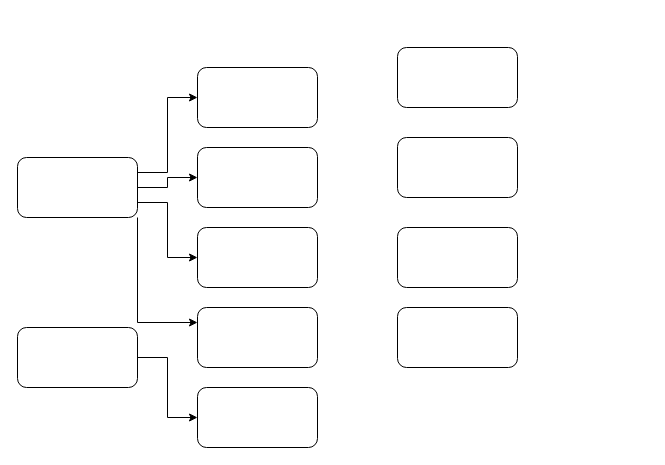
Earlier version of the draw.io diagram Appsflyer.drawio (bhavana184/drawioDiagrams). Source tidied: cells renumbered, new cells numbered last; positions are measured from the earlier drawing's top-left corner, leaving out a move shared by most shapes. Both pictures are drawn from the tidied source at 100%, with x=0, y=0 at pixel (17, 47).
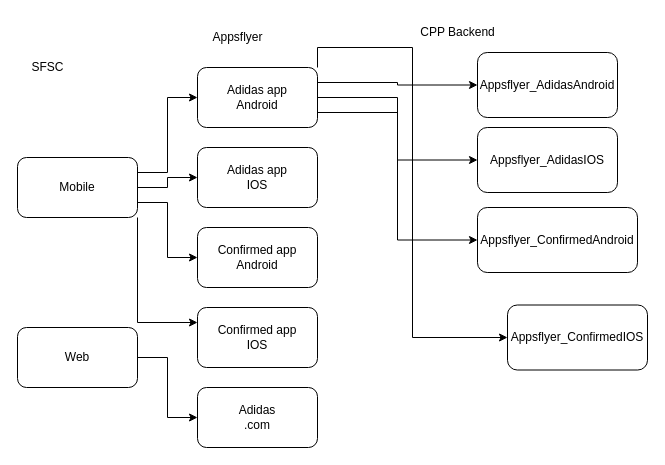
The same page after the edit.

Change to the diagram source:
```diff
@@
-    <mxCell id="6" style="rounded=1;whiteSpace=wrap;html=1;" parent="1" vertex="1">
+    <mxCell id="6" value="Mobile" style="rounded=1;whiteSpace=wrap;html=1;" parent="1" vertex="1">
       <mxGeometry y="110" width="120" height="60" as="geometry" />
     </mxCell>
@@
-    <mxCell id="8" style="rounded=1;whiteSpace=wrap;html=1;" parent="1" vertex="1">
+    <mxCell id="8" value="Web" style="rounded=1;whiteSpace=wrap;html=1;" parent="1" vertex="1">
       <mxGeometry y="280" width="120" height="60" as="geometry" />
     </mxCell>
-    <mxCell id="9" style="rounded=1;whiteSpace=wrap;html=1;" parent="1" vertex="1">
+    <mxCell id="9" value="Adidas app&lt;br&gt;IOS" style="rounded=1;whiteSpace=wrap;html=1;" parent="1" vertex="1">
       <mxGeometry x="180" y="100" width="120" height="60" as="geometry" />
     </mxCell>
+    <mxCell id="18" style="edgeStyle=orthogonalEdgeStyle;rounded=0;jettySize=auto;html=1;exitX=1;exitY=0.25;exitDx=0;exitDy=0;entryX=0;entryY=0.5;entryDx=0;entryDy=0;" parent="1" edge="1" source="10" target="17">
+      <mxGeometry relative="1" as="geometry" />
+    </mxCell>
+    <mxCell id="19" style="edgeStyle=orthogonalEdgeStyle;rounded=0;jettySize=auto;html=1;exitX=1;exitY=0.5;exitDx=0;exitDy=0;entryX=0;entryY=0.5;entryDx=0;entryDy=0;" parent="1" edge="1" source="10" target="25">
+      <mxGeometry relative="1" as="geometry" />
+    </mxCell>
+    <mxCell id="20" style="edgeStyle=orthogonalEdgeStyle;rounded=0;jettySize=auto;html=1;exitX=1;exitY=0.75;exitDx=0;exitDy=0;entryX=0;entryY=0.5;entryDx=0;entryDy=0;" parent="1" edge="1" source="10" target="26">
+      <mxGeometry relative="1" as="geometry" />
+    </mxCell>
+    <mxCell id="21" style="edgeStyle=orthogonalEdgeStyle;rounded=0;jettySize=auto;html=1;exitX=1;exitY=0;exitDx=0;exitDy=0;entryX=0;entryY=0.5;entryDx=0;entryDy=0;" parent="1" edge="1" source="10" target="27">
+      <mxGeometry relative="1" as="geometry" />
+    </mxCell>
-    <mxCell id="10" style="rounded=1;whiteSpace=wrap;html=1;" parent="1" vertex="1">
+    <mxCell id="10" value="Adidas app&lt;br&gt;Android" style="rounded=1;whiteSpace=wrap;html=1;" parent="1" vertex="1">
       <mxGeometry x="180" y="20" width="120" height="60" as="geometry" />
     </mxCell>
-    <mxCell id="11" style="rounded=1;whiteSpace=wrap;html=1;" parent="1" vertex="1">
+    <mxCell id="11" value="Confirmed app&lt;br&gt;Android" style="rounded=1;whiteSpace=wrap;html=1;" parent="1" vertex="1">
       <mxGeometry x="180" y="180" width="120" height="60" as="geometry" />
     </mxCell>
-    <mxCell id="12" style="rounded=1;whiteSpace=wrap;html=1;" parent="1" vertex="1">
+    <mxCell id="12" value="Confirmed app&lt;br&gt;IOS" style="rounded=1;whiteSpace=wrap;html=1;" parent="1" vertex="1">
       <mxGeometry x="180" y="260" width="120" height="60" as="geometry" />
     </mxCell>
-    <mxCell id="13" style="rounded=1;whiteSpace=wrap;html=1;" parent="1" vertex="1">
+    <mxCell id="13" value="Adidas&lt;br&gt;.com" style="rounded=1;whiteSpace=wrap;html=1;" parent="1" vertex="1">
       <mxGeometry x="180" y="340" width="120" height="60" as="geometry" />
     </mxCell>
-    <mxCell id="14" style="rounded=1;whiteSpace=wrap;html=1;" parent="1" vertex="1">
-      <mxGeometry x="380" y="260" width="120" height="60" as="geometry" />
-    </mxCell>
-    <mxCell id="15" style="rounded=1;whiteSpace=wrap;html=1;" parent="1" vertex="1">
-      <mxGeometry x="380" y="180" width="120" height="60" as="geometry" />
-    </mxCell>
-    <mxCell id="16" style="rounded=1;whiteSpace=wrap;html=1;" parent="1" vertex="1">
-      <mxGeometry x="380" y="90" width="120" height="60" as="geometry" />
-    </mxCell>
-    <mxCell id="17" style="rounded=1;whiteSpace=wrap;html=1;" parent="1" vertex="1">
-      <mxGeometry x="380" width="120" height="60" as="geometry" />
+    <mxCell id="17" value="Appsflyer_AdidasAndroid" style="rounded=1;whiteSpace=wrap;html=1;" parent="1" vertex="1">
+      <mxGeometry x="460" y="5" width="140" height="65" as="geometry" />
     </mxCell>
+    <mxCell id="22" value="SFSC" style="text;html=1;align=center;verticalAlign=middle;strokeColor=none;fillColor=none;" parent="1" vertex="1">
+      <mxGeometry y="5" width="60" height="30" as="geometry" />
+    </mxCell>
+    <mxCell id="23" value="Appsflyer" style="text;html=1;align=center;verticalAlign=middle;strokeColor=none;fillColor=none;" parent="1" vertex="1">
+      <mxGeometry x="185" y="-25" width="70" height="30" as="geometry" />
+    </mxCell>
+    <mxCell id="24" value="CPP Backend" style="text;html=1;align=center;verticalAlign=middle;strokeColor=none;fillColor=none;" parent="1" vertex="1">
+      <mxGeometry x="390" y="-30" width="100" height="30" as="geometry" />
+    </mxCell>
+    <mxCell id="25" value="Appsflyer_AdidasIOS" style="rounded=1;whiteSpace=wrap;html=1;" parent="1" vertex="1">
+      <mxGeometry x="460" y="80" width="140" height="65" as="geometry" />
+    </mxCell>
+    <mxCell id="26" value="Appsflyer_ConfirmedAndroid" style="rounded=1;whiteSpace=wrap;html=1;" parent="1" vertex="1">
+      <mxGeometry x="460" y="160" width="160" height="65" as="geometry" />
+    </mxCell>
+    <mxCell id="27" value="Appsflyer_ConfirmedIOS" style="rounded=1;whiteSpace=wrap;html=1;" parent="1" vertex="1">
+      <mxGeometry x="490" y="257.5" width="140" height="65" as="geometry" />
+    </mxCell>
```
